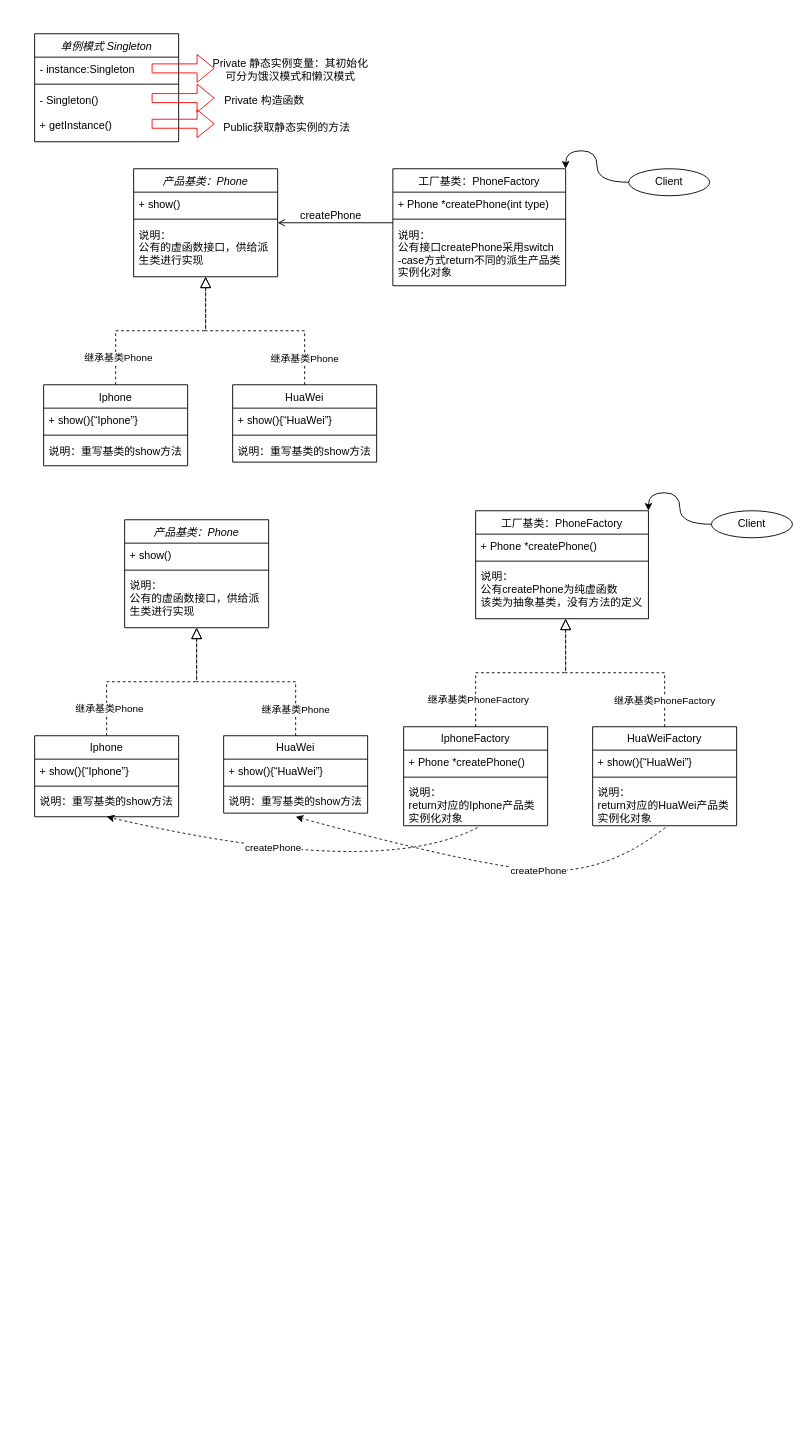
Before: 设计模式学习.drawio in AkiraZheng/diagrams, a draw.io diagram. Source tidied: cells renumbered, new cells numbered last; positions are measured from the earlier drawing's top-left corner, leaving out a move shared by most shapes. Both pictures are drawn from the tidied source at 90%, with x=0, y=0 at pixel (34, 33).
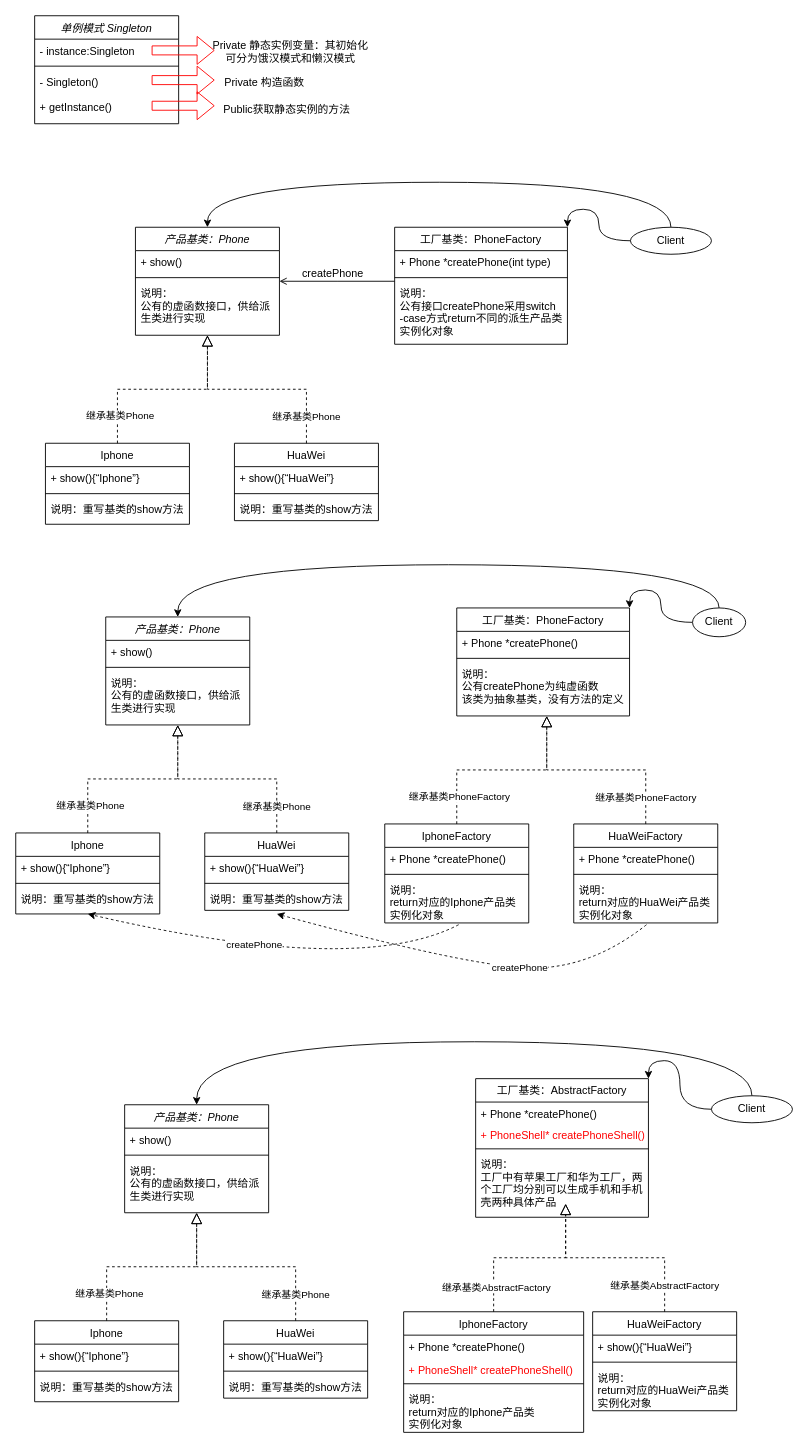
Above is the later version.

Commit message (it also covers changes not shown here):
更新设计模式学习.drawio

Unchanged cells that the change refers to:
```xml
<mxCell id="50" value="说明：重写基类的show方法" style="text;align=left;verticalAlign=top;spacingLeft=4;spacingRight=4;overflow=hidden;points=[[0,0.5],[1,0.5]];portConstraint=eastwest;fontStyle=0;" parent="47" vertex="1">
  <mxGeometry y="60" width="160" height="26" as="geometry" />
</mxCell>
<mxCell id="62" value="说明：&#10;return对应的Iphone产品类&#10;实例化对象" style="text;align=left;verticalAlign=top;spacingLeft=4;spacingRight=4;overflow=hidden;points=[[0,0.5],[1,0.5]];portConstraint=eastwest;fontStyle=0;" parent="59" vertex="1">
  <mxGeometry y="60" width="160" height="50" as="geometry" />
</mxCell>
<mxCell id="68" value="说明：&#10;return对应的HuaWei产品类&#10;实例化对象" style="text;align=left;verticalAlign=top;spacingLeft=4;spacingRight=4;overflow=hidden;points=[[0,0.5],[1,0.5]];portConstraint=eastwest;fontStyle=0;" parent="65" vertex="1">
  <mxGeometry y="60" width="160" height="50" as="geometry" />
</mxCell>
```

The edit, as a diff of the source:
```diff
@@
     <mxCell id="2" value="产品基类：Phone" style="swimlane;fontStyle=2;align=center;verticalAlign=top;horizontal=1;startSize=26;rounded=0;shadow=0;strokeWidth=1;" parent="1" vertex="1">
-      <mxGeometry x="110" y="150" width="160" height="120" as="geometry" />
+      <mxGeometry x="112" y="215" width="160" height="120" as="geometry" />
     </mxCell>
@@
     <mxCell id="6" value="Iphone" style="swimlane;fontStyle=0;align=center;verticalAlign=top;horizontal=1;startSize=26;rounded=0;shadow=0;strokeWidth=1;" parent="1" vertex="1">
-      <mxGeometry x="10" y="390" width="160" height="90" as="geometry" />
+      <mxGeometry x="12" y="455" width="160" height="90" as="geometry" />
     </mxCell>
@@
     <mxCell id="12" value="HuaWei" style="swimlane;fontStyle=0;align=center;verticalAlign=top;horizontal=1;startSize=26;rounded=0;shadow=0;strokeWidth=1;" parent="1" vertex="1">
-      <mxGeometry x="220" y="390" width="160" height="86" as="geometry" />
+      <mxGeometry x="222" y="455" width="160" height="86" as="geometry" />
     </mxCell>
@@
     <mxCell id="18" value="工厂基类：PhoneFactory" style="swimlane;fontStyle=0;align=center;verticalAlign=top;horizontal=1;startSize=26;rounded=0;shadow=0;strokeWidth=1;" parent="1" vertex="1">
-      <mxGeometry x="398" y="150" width="192" height="130" as="geometry" />
+      <mxGeometry x="400" y="215" width="192" height="130" as="geometry" />
     </mxCell>
@@
     <mxCell id="24" value="单例模式 Singleton" style="swimlane;fontStyle=2;align=center;verticalAlign=top;horizontal=1;startSize=26;rounded=0;shadow=0;strokeWidth=1;" parent="1" vertex="1">
-      <mxGeometry width="160" height="120" as="geometry" />
+      <mxGeometry y="-20" width="160" height="120" as="geometry" />
     </mxCell>
@@
     <mxCell id="30" value="Private 静态实例变量：其初始化&lt;br&gt;可分为饿汉模式和懒汉模式" style="text;html=1;align=center;verticalAlign=middle;strokeColor=none;fillColor=none;" parent="1" vertex="1">
-      <mxGeometry x="184" y="20" width="200" height="40" as="geometry" />
+      <mxGeometry x="184" width="200" height="40" as="geometry" />
     </mxCell>
     <mxCell id="31" style="shape=flexArrow;endArrow=classic;html=1;rounded=0;strokeColor=#FF0000;" parent="1" edge="1">
       <mxGeometry relative="1" as="geometry">
-        <mxPoint x="130" y="71.5" as="sourcePoint" />
-        <mxPoint x="200" y="71.5" as="targetPoint" />
+        <mxPoint x="130" y="51.5" as="sourcePoint" />
+        <mxPoint x="200" y="51.5" as="targetPoint" />
       </mxGeometry>
     </mxCell>
     <mxCell id="32" style="shape=flexArrow;endArrow=classic;html=1;rounded=0;strokeColor=#FF0000;" parent="1" edge="1">
       <mxGeometry relative="1" as="geometry">
-        <mxPoint x="130" y="100" as="sourcePoint" />
-        <mxPoint x="200" y="100" as="targetPoint" />
+        <mxPoint x="130" y="80" as="sourcePoint" />
+        <mxPoint x="200" y="80" as="targetPoint" />
       </mxGeometry>
     </mxCell>
     <mxCell id="33" value="Private 构造函数" style="text;html=1;align=center;verticalAlign=middle;strokeColor=none;fillColor=none;" parent="1" vertex="1">
-      <mxGeometry x="200" y="60" width="110" height="30" as="geometry" />
+      <mxGeometry x="200" y="40" width="110" height="30" as="geometry" />
     </mxCell>
     <mxCell id="34" value="Public获取静态实例的方法" style="text;html=1;align=center;verticalAlign=middle;strokeColor=none;fillColor=none;" parent="1" vertex="1">
-      <mxGeometry x="200" y="90" width="160" height="30" as="geometry" />
+      <mxGeometry x="200" y="70" width="160" height="30" as="geometry" />
     </mxCell>
@@
+    <mxCell id="75" style="edgeStyle=orthogonalEdgeStyle;rounded=0;jettySize=auto;html=1;exitX=0.5;exitY=0;exitDx=0;exitDy=0;entryX=0.5;entryY=0;entryDx=0;entryDy=0;curved=1;" parent="1" edge="1" source="36" target="2">
+      <mxGeometry relative="1" as="geometry">
+        <Array as="points">
+          <mxPoint x="707" y="165" />
+          <mxPoint x="192" y="165" />
+        </Array>
+      </mxGeometry>
+    </mxCell>
     <mxCell id="36" value="Client" style="ellipse;whiteSpace=wrap;html=1;" parent="1" vertex="1">
-      <mxGeometry x="660" y="150" width="90" height="30" as="geometry" />
+      <mxGeometry x="662" y="215" width="90" height="30" as="geometry" />
     </mxCell>
     <mxCell id="37" value="产品基类：Phone" style="swimlane;fontStyle=2;align=center;verticalAlign=top;horizontal=1;startSize=26;rounded=0;shadow=0;strokeWidth=1;" parent="1" vertex="1">
-      <mxGeometry x="100" y="540" width="160" height="120" as="geometry" />
+      <mxGeometry x="79" y="648" width="160" height="120" as="geometry" />
     </mxCell>
@@
     <mxCell id="41" value="Iphone" style="swimlane;fontStyle=0;align=center;verticalAlign=top;horizontal=1;startSize=26;rounded=0;shadow=0;strokeWidth=1;" parent="1" vertex="1">
-      <mxGeometry y="780" width="160" height="90" as="geometry" />
+      <mxGeometry x="-21" y="888" width="160" height="90" as="geometry" />
     </mxCell>
@@
     <mxCell id="47" value="HuaWei" style="swimlane;fontStyle=0;align=center;verticalAlign=top;horizontal=1;startSize=26;rounded=0;shadow=0;strokeWidth=1;" parent="1" vertex="1">
-      <mxGeometry x="210" y="780" width="160" height="86" as="geometry" />
+      <mxGeometry x="189" y="888" width="160" height="86" as="geometry" />
     </mxCell>
@@
     <mxCell id="53" value="工厂基类：PhoneFactory" style="swimlane;fontStyle=0;align=center;verticalAlign=top;horizontal=1;startSize=26;rounded=0;shadow=0;strokeWidth=1;" parent="1" vertex="1">
-      <mxGeometry x="490" y="530" width="192" height="120" as="geometry" />
+      <mxGeometry x="469" y="638" width="192" height="120" as="geometry" />
     </mxCell>
@@
+    <mxCell id="76" style="edgeStyle=orthogonalEdgeStyle;rounded=0;jettySize=auto;html=1;exitX=0.5;exitY=0;exitDx=0;exitDy=0;entryX=0.5;entryY=0;entryDx=0;entryDy=0;curved=1;" parent="1" edge="1" source="58" target="37">
+      <mxGeometry relative="1" as="geometry">
+        <Array as="points">
+          <mxPoint x="761" y="590" />
+          <mxPoint x="159" y="590" />
+        </Array>
+      </mxGeometry>
+    </mxCell>
     <mxCell id="58" value="Client" style="ellipse;whiteSpace=wrap;html=1;" parent="1" vertex="1">
-      <mxGeometry x="752" y="530" width="90" height="30" as="geometry" />
+      <mxGeometry x="731" y="638" width="59" height="32" as="geometry" />
     </mxCell>
     <mxCell id="59" value="IphoneFactory" style="swimlane;fontStyle=0;align=center;verticalAlign=top;horizontal=1;startSize=26;rounded=0;shadow=0;strokeWidth=1;" parent="1" vertex="1">
-      <mxGeometry x="410" y="770" width="160" height="110" as="geometry" />
+      <mxGeometry x="389" y="878" width="160" height="110" as="geometry" />
     </mxCell>
@@
     <mxCell id="63" style="endArrow=block;endSize=10;endFill=0;shadow=0;strokeWidth=1;rounded=0;edgeStyle=elbowEdgeStyle;elbow=vertical;dashed=1;" parent="1" edge="1" source="59">
       <mxGeometry relative="1" as="geometry">
-        <mxPoint x="590" y="650" as="targetPoint" />
+        <mxPoint x="569" y="758" as="targetPoint" />
       </mxGeometry>
     </mxCell>
@@
     <mxCell id="65" value="HuaWeiFactory" style="swimlane;fontStyle=0;align=center;verticalAlign=top;horizontal=1;startSize=26;rounded=0;shadow=0;strokeWidth=1;" parent="1" vertex="1">
-      <mxGeometry x="620" y="770" width="160" height="110" as="geometry" />
+      <mxGeometry x="599" y="878" width="160" height="110" as="geometry" />
     </mxCell>
-    <mxCell id="66" value="+ show(){“HuaWei”}" style="text;align=left;verticalAlign=top;spacingLeft=4;spacingRight=4;overflow=hidden;" parent="65" vertex="1">
+    <mxCell id="66" value="+ Phone *createPhone()" style="text;align=left;verticalAlign=top;spacingLeft=4;spacingRight=4;overflow=hidden;" parent="65" vertex="1">
       <mxGeometry y="26" width="160" height="26" as="geometry" />
     </mxCell>
@@
     <mxCell id="69" style="endArrow=block;endSize=10;endFill=0;shadow=0;strokeWidth=1;rounded=0;edgeStyle=elbowEdgeStyle;elbow=vertical;dashed=1;" parent="1" edge="1" source="65">
       <mxGeometry relative="1" as="geometry">
-        <mxPoint x="590" y="650" as="targetPoint" />
+        <mxPoint x="569" y="758" as="targetPoint" />
       </mxGeometry>
     </mxCell>
@@
     <mxCell id="71" style="curved=1;endArrow=classic;html=1;rounded=0;dashed=1;entryX=0.5;entryY=1;entryDx=0;entryDy=0;exitX=0.513;exitY=1.04;exitDx=0;exitDy=0;exitPerimeter=0;" parent="1" edge="1" source="62" target="41">
       <mxGeometry relative="1" as="geometry">
         <Array as="points">
-          <mxPoint x="380" y="940" />
+          <mxPoint x="359" y="1048" />
         </Array>
       </mxGeometry>
     </mxCell>
@@
     <mxCell id="73" style="curved=1;endArrow=classic;html=1;rounded=0;dashed=1;entryX=0.5;entryY=1.154;entryDx=0;entryDy=0;exitX=0.505;exitY=1.04;exitDx=0;exitDy=0;exitPerimeter=0;entryPerimeter=0;" parent="1" edge="1" source="68" target="50">
       <mxGeometry relative="1" as="geometry">
         <Array as="points">
-          <mxPoint x="640" y="930" />
-          <mxPoint x="510" y="930" />
+          <mxPoint x="619" y="1038" />
+          <mxPoint x="489" y="1038" />
         </Array>
       </mxGeometry>
     </mxCell>
@@
+    <mxCell id="77" value="产品基类：Phone" style="swimlane;fontStyle=2;align=center;verticalAlign=top;horizontal=1;startSize=26;rounded=0;shadow=0;strokeWidth=1;" parent="1" vertex="1">
+      <mxGeometry x="100" y="1190" width="160" height="120" as="geometry" />
+    </mxCell>
+    <mxCell id="78" value="+ show()" style="text;align=left;verticalAlign=top;spacingLeft=4;spacingRight=4;overflow=hidden;" parent="77" vertex="1">
+      <mxGeometry y="26" width="160" height="26" as="geometry" />
+    </mxCell>
+    <mxCell id="79" style="line;html=1;strokeWidth=1;align=left;verticalAlign=middle;spacingTop=-1;spacingLeft=3;spacingRight=3;labelPosition=right;" parent="77" vertex="1">
+      <mxGeometry y="52" width="160" height="8" as="geometry" />
+    </mxCell>
+    <mxCell id="80" value="说明：&#10;公有的虚函数接口，供给派&#10;生类进行实现" style="text;align=left;verticalAlign=top;spacingLeft=4;spacingRight=4;overflow=hidden;" parent="77" vertex="1">
+      <mxGeometry y="60" width="160" height="50" as="geometry" />
+    </mxCell>
+    <mxCell id="81" value="Iphone" style="swimlane;fontStyle=0;align=center;verticalAlign=top;horizontal=1;startSize=26;rounded=0;shadow=0;strokeWidth=1;" parent="1" vertex="1">
+      <mxGeometry y="1430" width="160" height="90" as="geometry" />
+    </mxCell>
+    <mxCell id="82" value="+ show(){“Iphone”}" style="text;align=left;verticalAlign=top;spacingLeft=4;spacingRight=4;overflow=hidden;" parent="81" vertex="1">
+      <mxGeometry y="26" width="160" height="26" as="geometry" />
+    </mxCell>
+    <mxCell id="83" style="line;html=1;strokeWidth=1;align=left;verticalAlign=middle;spacingTop=-1;spacingLeft=3;spacingRight=3;labelPosition=right;" parent="81" vertex="1">
+      <mxGeometry y="52" width="160" height="8" as="geometry" />
+    </mxCell>
+    <mxCell id="84" value="说明：重写基类的show方法" style="text;align=left;verticalAlign=top;spacingLeft=4;spacingRight=4;overflow=hidden;fontStyle=0;" parent="81" vertex="1">
+      <mxGeometry y="60" width="160" height="26" as="geometry" />
+    </mxCell>
+    <mxCell id="85" style="endArrow=block;endSize=10;endFill=0;shadow=0;strokeWidth=1;rounded=0;edgeStyle=elbowEdgeStyle;elbow=vertical;dashed=1;" parent="1" edge="1" source="81" target="77">
+      <mxGeometry relative="1" as="geometry" />
+    </mxCell>
+    <mxCell id="86" value="继承基类Phone" style="edgeLabel;html=1;align=center;verticalAlign=middle;" parent="85" vertex="1">
+      <mxGeometry x="-0.72" y="-2" relative="1" as="geometry" />
+    </mxCell>
+    <mxCell id="87" value="HuaWei" style="swimlane;fontStyle=0;align=center;verticalAlign=top;horizontal=1;startSize=26;rounded=0;shadow=0;strokeWidth=1;" parent="1" vertex="1">
+      <mxGeometry x="210" y="1430" width="160" height="86" as="geometry" />
+    </mxCell>
+    <mxCell id="88" value="+ show(){“HuaWei”}" style="text;align=left;verticalAlign=top;spacingLeft=4;spacingRight=4;overflow=hidden;" parent="87" vertex="1">
+      <mxGeometry y="26" width="160" height="26" as="geometry" />
+    </mxCell>
+    <mxCell id="89" style="line;html=1;strokeWidth=1;align=left;verticalAlign=middle;spacingTop=-1;spacingLeft=3;spacingRight=3;labelPosition=right;" parent="87" vertex="1">
+      <mxGeometry y="52" width="160" height="8" as="geometry" />
+    </mxCell>
+    <mxCell id="90" value="说明：重写基类的show方法" style="text;align=left;verticalAlign=top;spacingLeft=4;spacingRight=4;overflow=hidden;fontStyle=0;" parent="87" vertex="1">
+      <mxGeometry y="60" width="160" height="26" as="geometry" />
+    </mxCell>
+    <mxCell id="91" style="endArrow=block;endSize=10;endFill=0;shadow=0;strokeWidth=1;rounded=0;edgeStyle=elbowEdgeStyle;elbow=vertical;dashed=1;" parent="1" edge="1" source="87" target="77">
+      <mxGeometry relative="1" as="geometry" />
+    </mxCell>
+    <mxCell id="92" value="继承基类Phone" style="edgeLabel;html=1;align=center;verticalAlign=middle;" parent="91" vertex="1">
+      <mxGeometry x="-0.74" y="1" relative="1" as="geometry" />
+    </mxCell>
+    <mxCell id="93" value="工厂基类：AbstractFactory" style="swimlane;fontStyle=0;align=center;verticalAlign=top;horizontal=1;startSize=26;rounded=0;shadow=0;strokeWidth=1;" parent="1" vertex="1">
+      <mxGeometry x="490" y="1161" width="192" height="154" as="geometry" />
+    </mxCell>
+    <mxCell id="94" value="+ Phone *createPhone()" style="text;align=left;verticalAlign=top;spacingLeft=4;spacingRight=4;overflow=hidden;" parent="93" vertex="1">
+      <mxGeometry y="26" width="192" height="24" as="geometry" />
+    </mxCell>
+    <mxCell id="95" value="+ PhoneShell* createPhoneShell()" style="text;align=left;verticalAlign=top;spacingLeft=4;spacingRight=4;overflow=hidden;fontColor=#FF0000;" parent="93" vertex="1">
+      <mxGeometry y="50" width="192" height="24" as="geometry" />
+    </mxCell>
+    <mxCell id="96" style="line;html=1;strokeWidth=1;align=left;verticalAlign=middle;spacingTop=-1;spacingLeft=3;spacingRight=3;labelPosition=right;" parent="93" vertex="1">
+      <mxGeometry y="74" width="192" height="8" as="geometry" />
+    </mxCell>
+    <mxCell id="97" value="说明：&#10;工厂中有苹果工厂和华为工厂，两&#10;个工厂均分别可以生成手机和手机&#10;壳两种具体产品" style="text;align=left;verticalAlign=top;spacingLeft=4;spacingRight=4;overflow=hidden;" parent="93" vertex="1">
+      <mxGeometry y="82" width="192" height="72" as="geometry" />
+    </mxCell>
+    <mxCell id="98" style="edgeStyle=orthogonalEdgeStyle;rounded=0;jettySize=auto;html=1;exitX=0;exitY=0.5;exitDx=0;exitDy=0;entryX=1;entryY=0;entryDx=0;entryDy=0;curved=1;" parent="1" edge="1" source="100" target="93">
+      <mxGeometry relative="1" as="geometry" />
+    </mxCell>
+    <mxCell id="99" style="edgeStyle=orthogonalEdgeStyle;rounded=0;jettySize=auto;html=1;exitX=0.5;exitY=0;exitDx=0;exitDy=0;entryX=0.5;entryY=0;entryDx=0;entryDy=0;curved=1;" parent="1" edge="1" source="100" target="77">
+      <mxGeometry relative="1" as="geometry">
+        <Array as="points">
+          <mxPoint x="797" y="1120" />
+          <mxPoint x="180" y="1120" />
+        </Array>
+      </mxGeometry>
+    </mxCell>
+    <mxCell id="100" value="Client" style="ellipse;whiteSpace=wrap;html=1;" parent="1" vertex="1">
+      <mxGeometry x="752" y="1180" width="90" height="30" as="geometry" />
+    </mxCell>
+    <mxCell id="101" value="IphoneFactory" style="swimlane;fontStyle=0;align=center;verticalAlign=top;horizontal=1;startSize=26;rounded=0;shadow=0;strokeWidth=1;" parent="1" vertex="1">
+      <mxGeometry x="410" y="1420" width="200" height="134" as="geometry" />
+    </mxCell>
+    <mxCell id="102" value="+ Phone *createPhone()" style="text;align=left;verticalAlign=top;spacingLeft=4;spacingRight=4;overflow=hidden;" parent="101" vertex="1">
+      <mxGeometry y="26" width="200" height="26" as="geometry" />
+    </mxCell>
+    <mxCell id="103" value="+ PhoneShell* createPhoneShell()" style="text;align=left;verticalAlign=top;spacingLeft=4;spacingRight=4;overflow=hidden;fontColor=#FF0000;" parent="101" vertex="1">
+      <mxGeometry y="52" width="200" height="24" as="geometry" />
+    </mxCell>
+    <mxCell id="104" style="line;html=1;strokeWidth=1;align=left;verticalAlign=middle;spacingTop=-1;spacingLeft=3;spacingRight=3;labelPosition=right;" parent="101" vertex="1">
+      <mxGeometry y="76" width="200" height="8" as="geometry" />
+    </mxCell>
+    <mxCell id="105" value="说明：&#10;return对应的Iphone产品类&#10;实例化对象" style="text;align=left;verticalAlign=top;spacingLeft=4;spacingRight=4;overflow=hidden;fontStyle=0;" parent="101" vertex="1">
+      <mxGeometry y="84" width="200" height="50" as="geometry" />
+    </mxCell>
+    <mxCell id="106" style="endArrow=block;endSize=10;endFill=0;shadow=0;strokeWidth=1;rounded=0;edgeStyle=elbowEdgeStyle;elbow=vertical;dashed=1;" parent="1" edge="1" source="101">
+      <mxGeometry relative="1" as="geometry">
+        <mxPoint x="590" y="1300" as="targetPoint" />
+      </mxGeometry>
+    </mxCell>
+    <mxCell id="107" value="继承基类AbstractFactory" style="edgeLabel;html=1;align=center;verticalAlign=middle;" parent="106" vertex="1">
+      <mxGeometry x="-0.72" y="-2" relative="1" as="geometry" />
+    </mxCell>
+    <mxCell id="108" value="HuaWeiFactory" style="swimlane;fontStyle=0;align=center;verticalAlign=top;horizontal=1;startSize=26;rounded=0;shadow=0;strokeWidth=1;" parent="1" vertex="1">
+      <mxGeometry x="620" y="1420" width="160" height="110" as="geometry" />
+    </mxCell>
+    <mxCell id="109" value="+ show(){“HuaWei”}" style="text;align=left;verticalAlign=top;spacingLeft=4;spacingRight=4;overflow=hidden;" parent="108" vertex="1">
+      <mxGeometry y="26" width="160" height="26" as="geometry" />
+    </mxCell>
+    <mxCell id="110" style="line;html=1;strokeWidth=1;align=left;verticalAlign=middle;spacingTop=-1;spacingLeft=3;spacingRight=3;labelPosition=right;" parent="108" vertex="1">
+      <mxGeometry y="52" width="160" height="8" as="geometry" />
+    </mxCell>
+    <mxCell id="111" value="说明：&#10;return对应的HuaWei产品类&#10;实例化对象" style="text;align=left;verticalAlign=top;spacingLeft=4;spacingRight=4;overflow=hidden;fontStyle=0;" parent="108" vertex="1">
+      <mxGeometry y="60" width="160" height="50" as="geometry" />
+    </mxCell>
+    <mxCell id="112" style="endArrow=block;endSize=10;endFill=0;shadow=0;strokeWidth=1;rounded=0;edgeStyle=elbowEdgeStyle;elbow=vertical;dashed=1;" parent="1" edge="1" source="108">
+      <mxGeometry relative="1" as="geometry">
+        <mxPoint x="590" y="1300" as="targetPoint" />
+      </mxGeometry>
+    </mxCell>
+    <mxCell id="113" value="继承基类AbstractFactory" style="edgeLabel;html=1;align=center;verticalAlign=middle;" parent="112" vertex="1">
+      <mxGeometry x="-0.74" y="1" relative="1" as="geometry" />
+    </mxCell>
```
